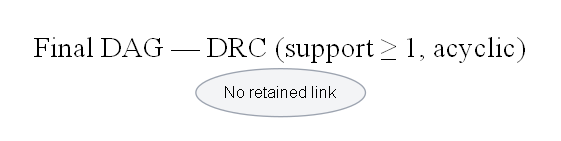
This is reports/figures/phase3E_dag/DRC/dag_final_DRC.png from biabakuya/causal-ml-macroeconomic-analysis, a Graphviz export, as it was before one commit. Its source is kept beside it as reports/figures/phase3E_dag/DRC/dag_final_DRC.dot.
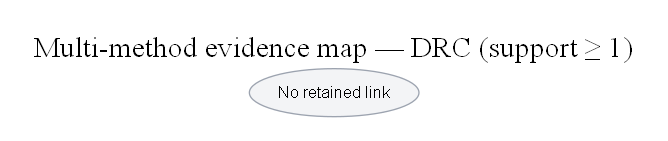
The same file after the commit.

What changed in the source:
```diff
@@ -1,5 +1,5 @@
 digraph DAG {
-	bgcolor=white fontsize=22 label="Final DAG — DRC (support ≥ 1, acyclic)" labelloc=t pad=0.25 rankdir=LR
+	bgcolor=white fontsize=22 label="Multi-method evidence map — DRC (support ≥ 1)" labelloc=t pad=0.25 rankdir=LR
 	graph [concentrate=false nodesep=0.7 overlap=false ranksep=1.0 splines=polyline]
 	node [color="#1f2937" fontname=Helvetica fontsize=12 shape=ellipse style=filled]
 	edge [arrowsize=0.8 fontname=Helvetica fontsize=9]
```
